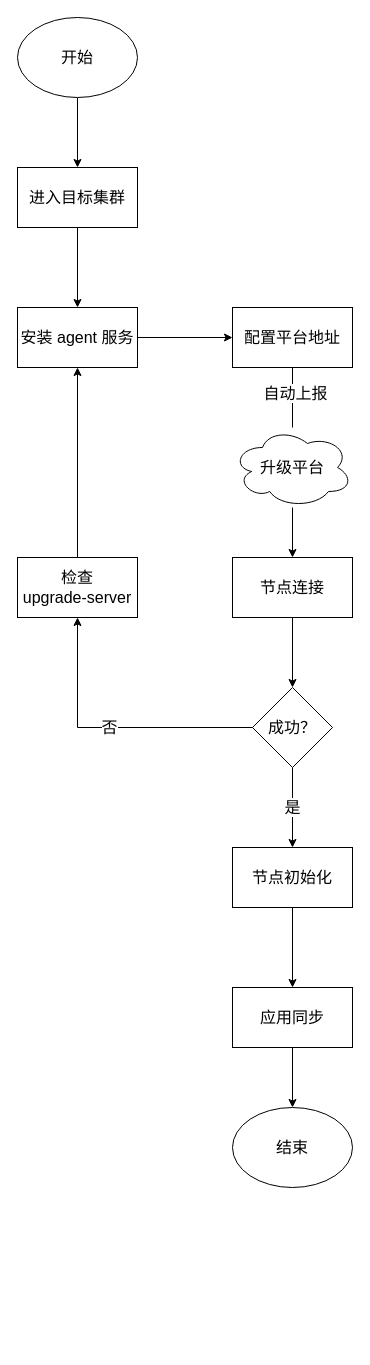
The draw.io diagram page "初始化流程" (1 of 8) of upgrade/mainFlow.drawio in zhuoooo/doodles, before the edit. Source tidied: cells renumbered, new cells numbered last; positions are measured from the earlier drawing's top-left corner, leaving out a move shared by most shapes. Both pictures are drawn from the tidied source at 100%, with x=0, y=0 at pixel (17, 17).
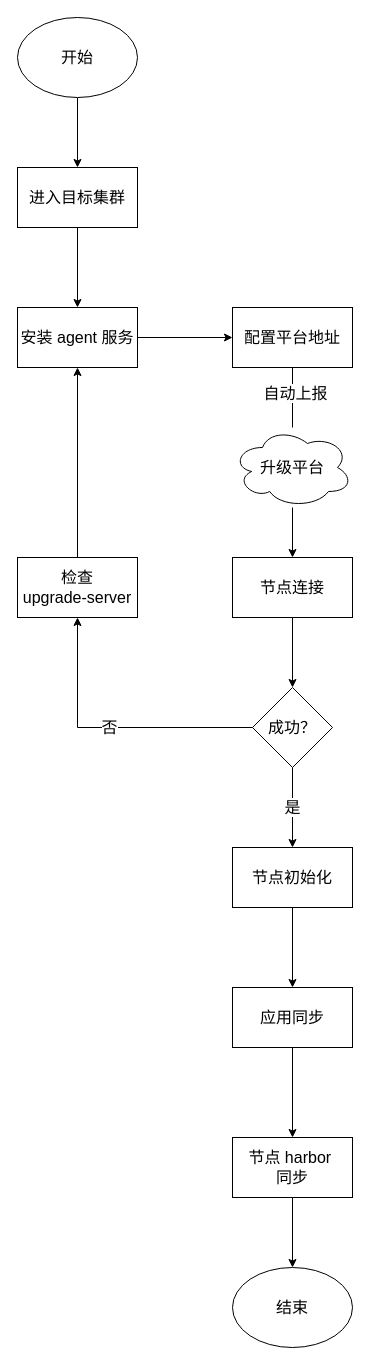
The same page after the edit.

Unchanged cells that the change refers to:
```xml
<mxCell id="8" value="应用同步" style="whiteSpace=wrap;html=1;fontSize=16;" parent="1" vertex="1">
  <mxGeometry x="215" y="970" width="120" height="60" as="geometry" />
</mxCell>
```

Change to the diagram source:
```diff
@@
-    <mxCell id="7" style="edgeStyle=orthogonalEdgeStyle;rounded=0;jettySize=auto;html=1;fontSize=16;" parent="1" edge="1" source="8" target="24">
+    <mxCell id="7" style="edgeStyle=orthogonalEdgeStyle;rounded=0;jettySize=auto;html=1;fontSize=16;" parent="1" edge="1" source="26" target="24">
       <mxGeometry relative="1" as="geometry" />
     </mxCell>
@@
     <mxCell id="24" value="结束" style="ellipse;whiteSpace=wrap;html=1;fontSize=16;" parent="1" vertex="1">
-      <mxGeometry x="215" y="1090" width="120" height="80" as="geometry" />
+      <mxGeometry x="215" y="1250" width="120" height="80" as="geometry" />
     </mxCell>
+    <mxCell id="25" style="edgeStyle=orthogonalEdgeStyle;rounded=0;jettySize=auto;html=1;fontSize=16;" parent="1" edge="1" source="8" target="26">
+      <mxGeometry relative="1" as="geometry" />
+    </mxCell>
+    <mxCell id="26" value="节点 harbor&amp;nbsp;&lt;br&gt;同步" style="rounded=0;whiteSpace=wrap;html=1;fontSize=16;" parent="1" vertex="1">
+      <mxGeometry x="215" y="1120" width="120" height="60" as="geometry" />
+    </mxCell>
```
